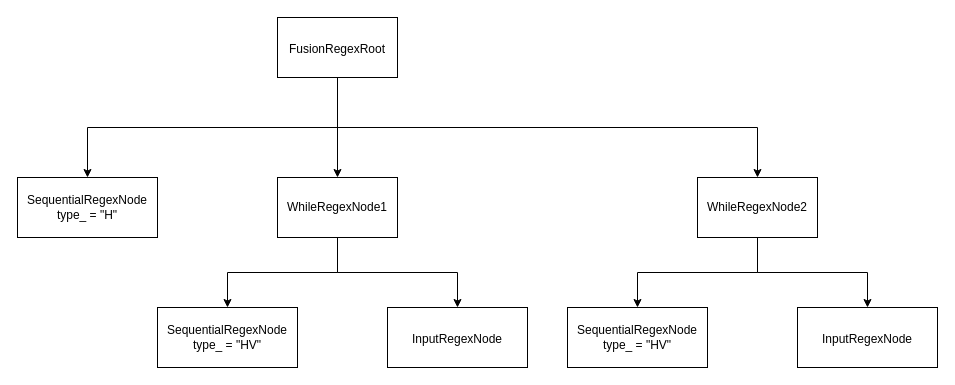
The draw.io diagram AST生成结果.drawio in jiahy0825/draw.io, before the edit. Source tidied: cells renumbered, new cells numbered last; positions are measured from the earlier drawing's top-left corner, leaving out a move shared by most shapes. Both pictures are drawn from the tidied source at 100%, with x=0, y=0 at pixel (17, 17).
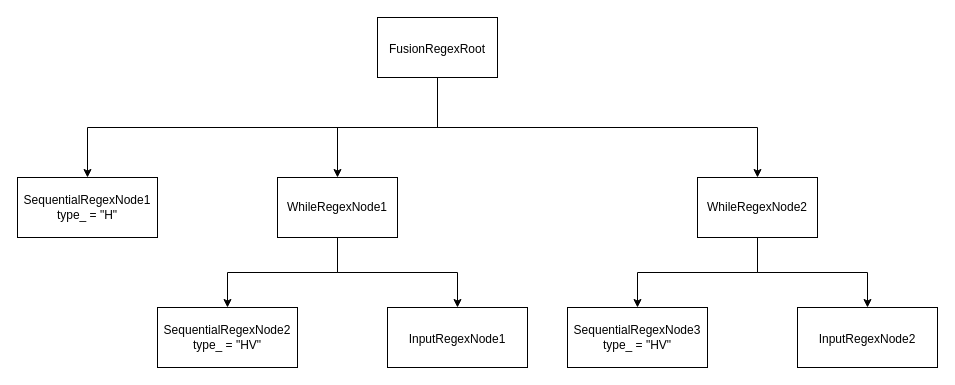
The same page after the edit.

Commit message (it also covers changes not shown here):
更新AST生成结果.drawio

The edit, as a diff of the source:
```diff
@@
 <mxGraphModel>
   <root>
     <mxCell id="0" />
     <mxCell id="1" parent="0" />
     <mxCell id="2" style="edgeStyle=orthogonalEdgeStyle;rounded=0;jettySize=auto;html=1;exitX=0.5;exitY=1;exitDx=0;exitDy=0;entryX=0.5;entryY=0;entryDx=0;entryDy=0;" parent="1" edge="1" source="4" target="5">
       <mxGeometry relative="1" as="geometry" />
     </mxCell>
     <mxCell id="3" style="edgeStyle=orthogonalEdgeStyle;rounded=0;jettySize=auto;html=1;exitX=0.5;exitY=1;exitDx=0;exitDy=0;entryX=0.5;entryY=0;entryDx=0;entryDy=0;" parent="1" edge="1" source="4" target="6">
       <mxGeometry relative="1" as="geometry" />
     </mxCell>
     <mxCell id="4" value="WhileRegexNode1" style="rounded=0;whiteSpace=wrap;html=1;" parent="1" vertex="1">
       <mxGeometry x="260" y="160" width="120" height="60" as="geometry" />
     </mxCell>
-    <mxCell id="5" value="SequentialRegexNode&lt;br&gt;type_ = &quot;HV&quot;" style="rounded=0;whiteSpace=wrap;html=1;" parent="1" vertex="1">
+    <mxCell id="5" value="SequentialRegexNode2&lt;br&gt;type_ = &quot;HV&quot;" style="rounded=0;whiteSpace=wrap;html=1;" parent="1" vertex="1">
       <mxGeometry x="140" y="290" width="140" height="60" as="geometry" />
     </mxCell>
-    <mxCell id="6" value="InputRegexNode&lt;span style=&quot;font-size: medium; text-align: start;&quot;&gt;&lt;/span&gt;" style="rounded=0;whiteSpace=wrap;html=1;" parent="1" vertex="1">
+    <mxCell id="6" value="InputRegexNode1&lt;span style=&quot;font-size: medium; text-align: start;&quot;&gt;&lt;/span&gt;" style="rounded=0;whiteSpace=wrap;html=1;" parent="1" vertex="1">
       <mxGeometry x="370" y="290" width="140" height="60" as="geometry" />
     </mxCell>
     <mxCell id="7" style="edgeStyle=orthogonalEdgeStyle;rounded=0;jettySize=auto;html=1;exitX=0.5;exitY=1;exitDx=0;exitDy=0;entryX=0.5;entryY=0;entryDx=0;entryDy=0;" parent="1" edge="1" source="10" target="4">
       <mxGeometry relative="1" as="geometry" />
     </mxCell>
     <mxCell id="8" style="edgeStyle=orthogonalEdgeStyle;rounded=0;jettySize=auto;html=1;exitX=0.5;exitY=1;exitDx=0;exitDy=0;entryX=0.5;entryY=0;entryDx=0;entryDy=0;" parent="1" edge="1" source="10" target="13">
       <mxGeometry relative="1" as="geometry" />
     </mxCell>
     <mxCell id="9" style="edgeStyle=orthogonalEdgeStyle;rounded=0;jettySize=auto;html=1;exitX=0.5;exitY=1;exitDx=0;exitDy=0;entryX=0.5;entryY=0;entryDx=0;entryDy=0;" parent="1" edge="1" source="10" target="16">
       <mxGeometry relative="1" as="geometry" />
     </mxCell>
     <mxCell id="10" value="FusionRegexRoot&lt;span style=&quot;font-size: medium; text-align: start;&quot;&gt;&lt;/span&gt;" style="rounded=0;whiteSpace=wrap;html=1;" parent="1" vertex="1">
-      <mxGeometry x="260" width="120" height="60" as="geometry" />
+      <mxGeometry x="360" width="120" height="60" as="geometry" />
     </mxCell>
     <mxCell id="11" style="edgeStyle=orthogonalEdgeStyle;rounded=0;jettySize=auto;html=1;exitX=0.5;exitY=1;exitDx=0;exitDy=0;entryX=0.5;entryY=0;entryDx=0;entryDy=0;" parent="1" edge="1" source="13" target="14">
       <mxGeometry relative="1" as="geometry" />
     </mxCell>
     <mxCell id="12" style="edgeStyle=orthogonalEdgeStyle;rounded=0;jettySize=auto;html=1;exitX=0.5;exitY=1;exitDx=0;exitDy=0;entryX=0.5;entryY=0;entryDx=0;entryDy=0;" parent="1" edge="1" source="13" target="15">
       <mxGeometry relative="1" as="geometry" />
     </mxCell>
     <mxCell id="13" value="WhileRegexNode2" style="rounded=0;whiteSpace=wrap;html=1;" parent="1" vertex="1">
       <mxGeometry x="680" y="160" width="120" height="60" as="geometry" />
     </mxCell>
-    <mxCell id="14" value="SequentialRegexNode&lt;br&gt;type_ = &quot;HV&quot;" style="rounded=0;whiteSpace=wrap;html=1;" parent="1" vertex="1">
+    <mxCell id="14" value="SequentialRegexNode3&lt;br&gt;type_ = &quot;HV&quot;" style="rounded=0;whiteSpace=wrap;html=1;" parent="1" vertex="1">
       <mxGeometry x="550" y="290" width="140" height="60" as="geometry" />
     </mxCell>
-    <mxCell id="15" value="InputRegexNode&lt;span style=&quot;font-size: medium; text-align: start;&quot;&gt;&lt;/span&gt;" style="rounded=0;whiteSpace=wrap;html=1;" parent="1" vertex="1">
+    <mxCell id="15" value="InputRegexNode2&lt;span style=&quot;font-size: medium; text-align: start;&quot;&gt;&lt;/span&gt;" style="rounded=0;whiteSpace=wrap;html=1;" parent="1" vertex="1">
       <mxGeometry x="780" y="290" width="140" height="60" as="geometry" />
     </mxCell>
-    <mxCell id="16" value="SequentialRegexNode&lt;br&gt;type_ = &quot;H&quot;" style="rounded=0;whiteSpace=wrap;html=1;" parent="1" vertex="1">
+    <mxCell id="16" value="SequentialRegexNode1&lt;br&gt;type_ = &quot;H&quot;" style="rounded=0;whiteSpace=wrap;html=1;" parent="1" vertex="1">
       <mxGeometry y="160" width="140" height="60" as="geometry" />
     </mxCell>
   </root>
 </mxGraphModel>
```
